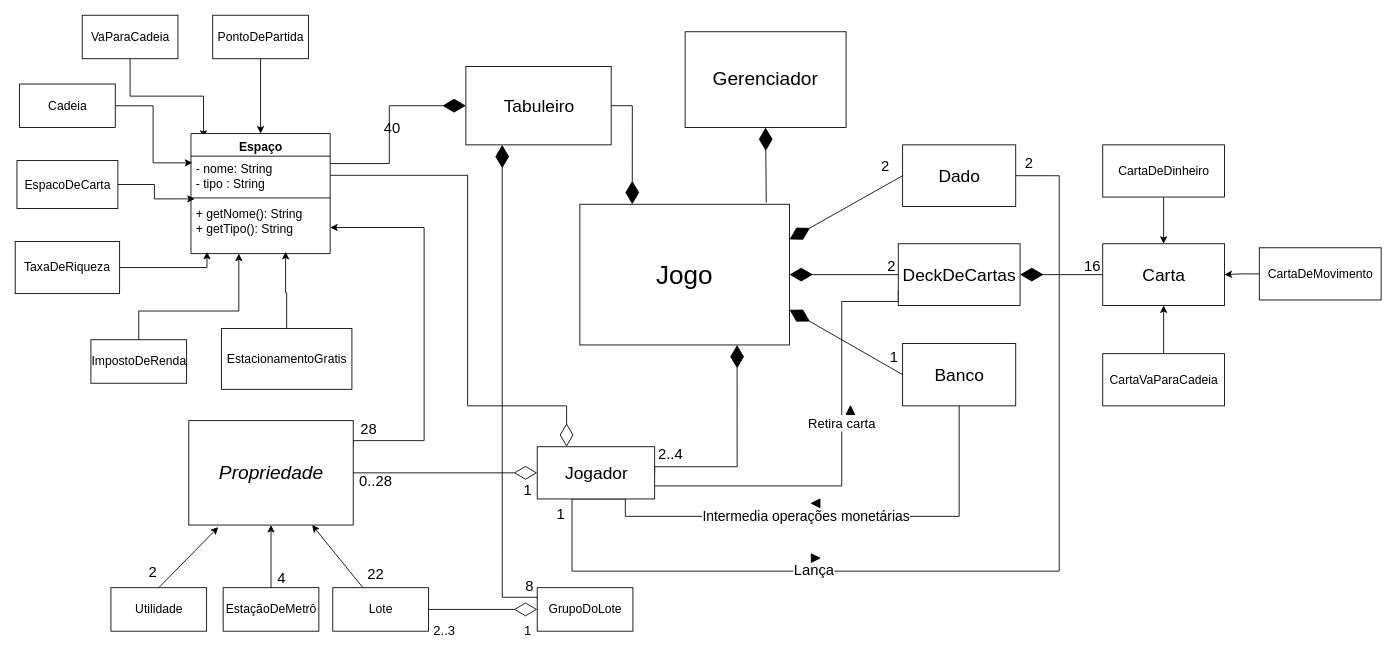
rafaelbarbeta/Monopoly keeps this draw.io diagram as Monopoly - G1.drawio. Above is the earlier version. Source tidied: cells renumbered, new cells numbered last; positions are measured from the earlier drawing's top-left corner, leaving out a move shared by most shapes. Both pictures are drawn from the tidied source at 87%, with x=0, y=0 at pixel (15, 15).
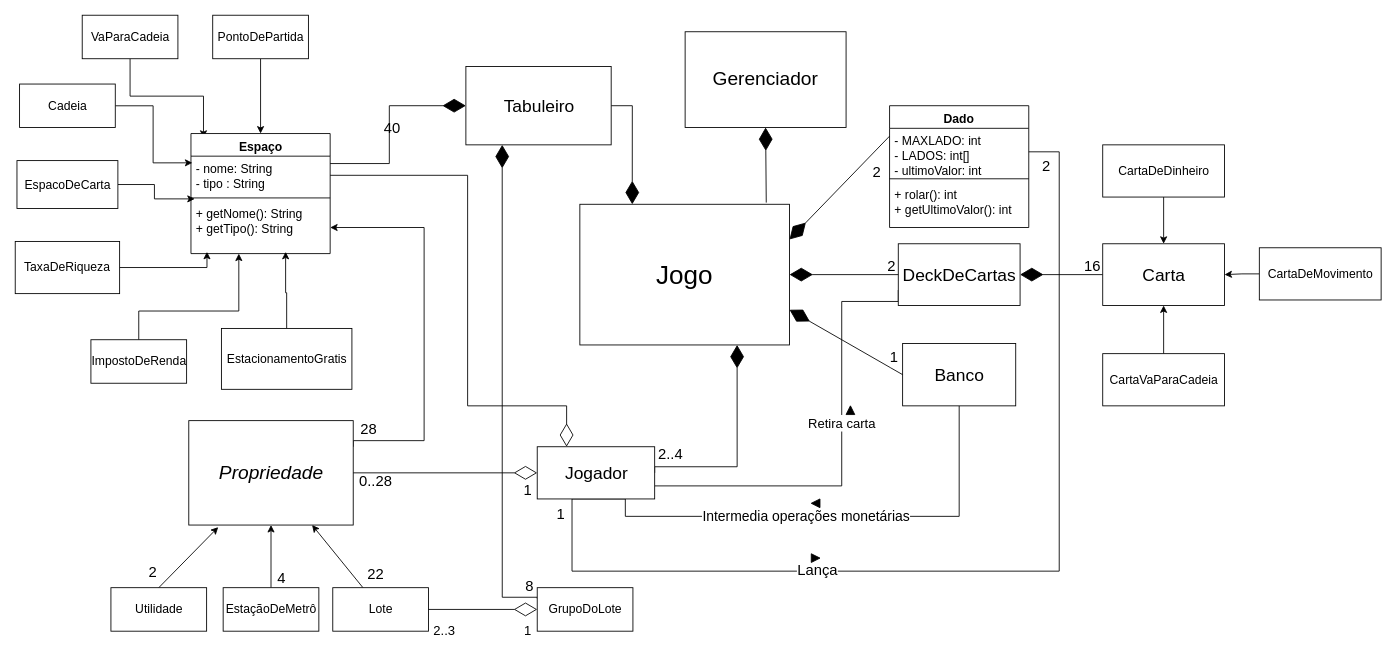
The same page after the edit.

Unchanged cells that the change refers to:
```xml
<mxCell id="23" value="Jogador" style="html=1;fontSize=20;" parent="1" vertex="1">
  <mxGeometry x="600" y="496" width="135" height="60" as="geometry" />
</mxCell>
<mxCell id="24" value="Jogo" style="rounded=0;whiteSpace=wrap;html=1;fontSize=30;" parent="1" vertex="1">
  <mxGeometry x="649" y="217.3" width="241" height="161.7" as="geometry" />
</mxCell>
```

What changed in the source:
```diff
@@
-    <mxCell id="20" value="Lança" style="edgeStyle=orthogonalEdgeStyle;rounded=0;jettySize=auto;html=1;exitX=0.75;exitY=1;exitDx=0;exitDy=0;fontSize=17;startArrow=none;startFill=0;endArrow=none;endFill=0;endSize=24;sourcePerimeterSpacing=6;targetPerimeterSpacing=24;strokeWidth=1;entryX=1;entryY=0.5;entryDx=0;entryDy=0;" parent="1" edge="1" source="23" target="32">
+    <mxCell id="20" value="Lança" style="edgeStyle=orthogonalEdgeStyle;rounded=0;jettySize=auto;html=1;exitX=0.75;exitY=1;exitDx=0;exitDy=0;fontSize=17;startArrow=none;startFill=0;endArrow=none;endFill=0;endSize=24;sourcePerimeterSpacing=6;targetPerimeterSpacing=24;strokeWidth=1;entryX=1;entryY=0.5;entryDx=0;entryDy=0;" parent="1" edge="1" source="23" target="72">
       <mxGeometry x="-0.3" relative="1" as="geometry">
         <Array as="points">
           <mxPoint x="640" y="556" />
           <mxPoint x="640" y="639" />
           <mxPoint x="1200" y="639" />
-          <mxPoint x="1200" y="184" />
+          <mxPoint x="1200" y="157" />
         </Array>
         <mxPoint x="-1" as="offset" />
       </mxGeometry>
     </mxCell>
@@
-    <mxCell id="32" value="Dado" style="html=1;fontSize=20;" parent="1" vertex="1">
-      <mxGeometry x="1020" y="149" width="130" height="70.9" as="geometry" />
-    </mxCell>
@@
-    <mxCell id="35" style="endArrow=diamondThin;endFill=1;endSize=24;html=1;rounded=0;shadow=0;fontSize=17;strokeWidth=1;exitX=0;exitY=0.5;exitDx=0;exitDy=0;entryX=1;entryY=0.25;entryDx=0;entryDy=0;" parent="1" edge="1" source="32" target="24">
+    <mxCell id="35" style="endArrow=diamondThin;endFill=1;endSize=24;html=1;rounded=0;shadow=0;fontSize=17;strokeWidth=1;exitX=0;exitY=0.25;exitDx=0;exitDy=0;entryX=1;entryY=0.25;entryDx=0;entryDy=0;" parent="1" edge="1" source="32" target="24">
       <mxGeometry x="-0.92" y="10" relative="1" as="geometry" />
     </mxCell>
@@
     <mxCell id="57" value="2" style="text;html=1;align=center;verticalAlign=middle;fillColor=none;strokeColor=none;rounded=0;fontSize=17;" parent="1" vertex="1">
-      <mxGeometry x="985" y="159" width="30" height="30" as="geometry" />
+      <mxGeometry x="975" y="167.1" width="30" height="30" as="geometry" />
     </mxCell>
@@
     <mxCell id="62" value="2" style="text;html=1;align=center;verticalAlign=middle;fillColor=none;strokeColor=none;rounded=0;fontSize=17;" parent="1" vertex="1">
-      <mxGeometry x="1150" y="156" width="30" height="30" as="geometry" />
+      <mxGeometry x="1170" y="159" width="30" height="30" as="geometry" />
     </mxCell>
@@
+    <mxCell id="32" value="Dado" style="swimlane;fontStyle=1;align=center;verticalAlign=top;horizontal=1;startSize=26;fontFamily=Helvetica;fontSize=14;fontColor=default;" parent="1" vertex="1">
+      <mxGeometry x="1005" y="104" width="160" height="140" as="geometry" />
+    </mxCell>
+    <mxCell id="72" value="- MAXLADO: int&#10;- LADOS: int[]&#10;- ultimoValor: int" style="text;strokeColor=none;fillColor=none;align=left;verticalAlign=top;spacingLeft=4;spacingRight=4;overflow=hidden;points=[[0,0.5],[1,0.5]];portConstraint=eastwest;fontFamily=Helvetica;fontSize=14;fontColor=default;" parent="32" vertex="1">
+      <mxGeometry y="26" width="160" height="54" as="geometry" />
+    </mxCell>
+    <mxCell id="73" style="line;strokeWidth=1;fillColor=none;align=left;verticalAlign=middle;spacingTop=-1;spacingLeft=3;spacingRight=3;labelPosition=right;fontFamily=Helvetica;fontSize=14;fontColor=default;" parent="32" vertex="1">
+      <mxGeometry y="80" width="160" height="8" as="geometry" />
+    </mxCell>
+    <mxCell id="74" value="+ rolar(): int&#10;+ getUltimoValor(): int&#10; " style="text;strokeColor=none;fillColor=none;align=left;verticalAlign=top;spacingLeft=4;spacingRight=4;overflow=hidden;fontFamily=Helvetica;fontSize=14;fontColor=default;" parent="32" vertex="1">
+      <mxGeometry y="88" width="160" height="52" as="geometry" />
+    </mxCell>
```
